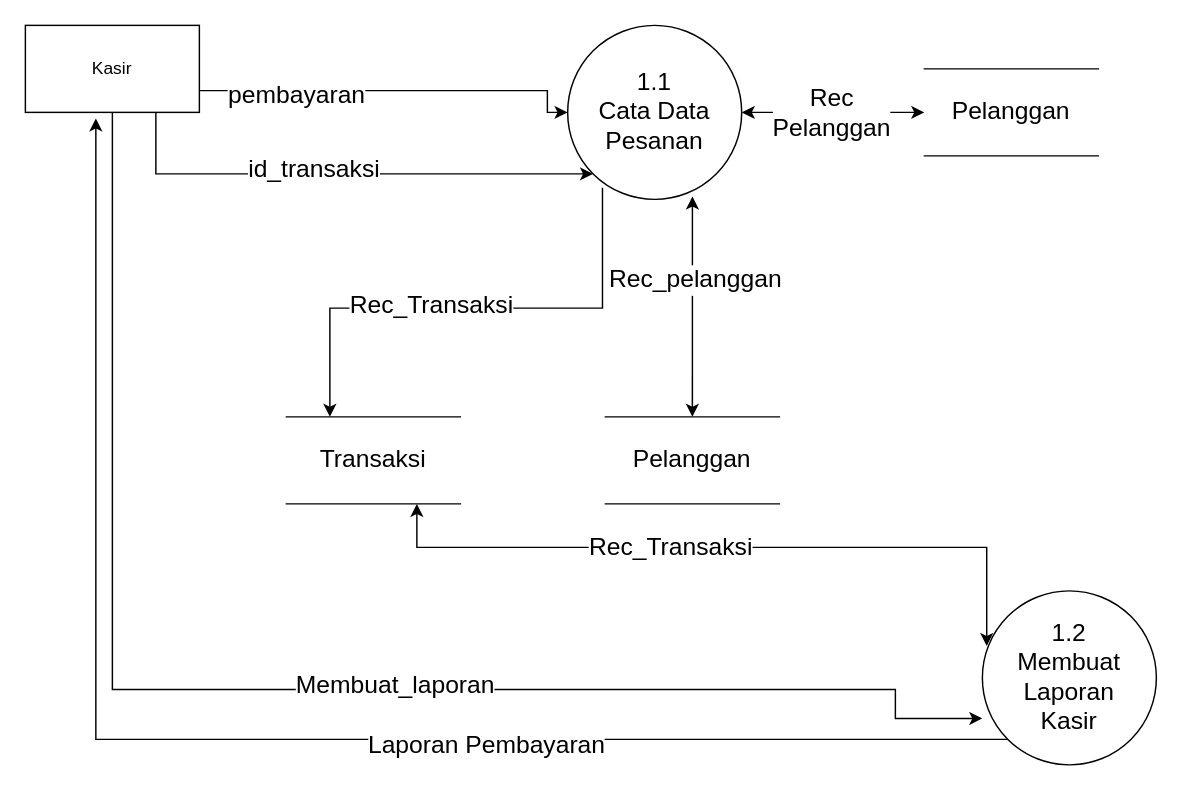
Earlier version of the draw.io diagram page "Halaman-3" (3 of 5) of Diagram Tanpa Judul.drawio (OkyErsan24/pesan_bioskop). Source tidied: cells renumbered, new cells numbered last; positions are measured from the earlier drawing's top-left corner, leaving out a move shared by most shapes. Both pictures are drawn from the tidied source at 145%, with x=0, y=0 at pixel (25, 25).
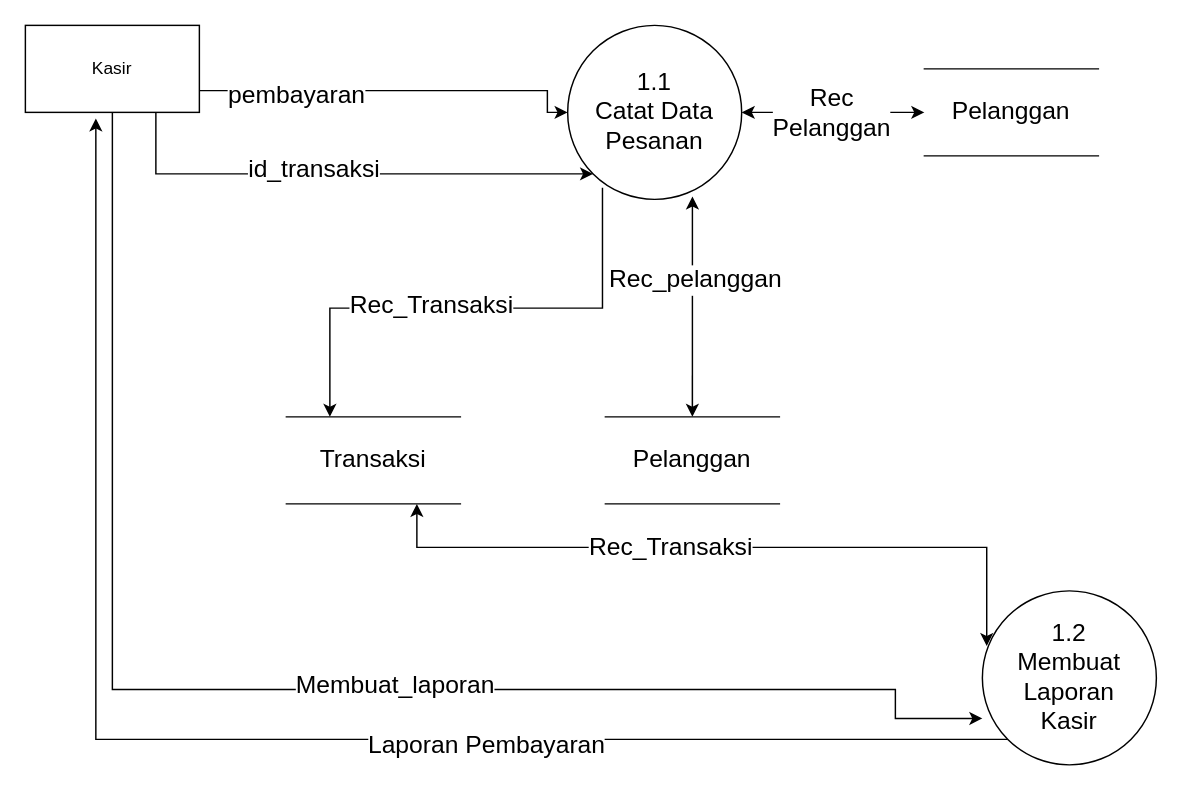
The same diagram, later.

Diff of the diagram source:
```diff
@@
-    <mxCell id="11" value="1.1&lt;br&gt;Cata Data Pesanan" style="ellipse;whiteSpace=wrap;html=1;fontSize=17;" parent="1" vertex="1">
+    <mxCell id="11" value="1.1&lt;br&gt;Catat Data Pesanan" style="ellipse;whiteSpace=wrap;html=1;fontSize=17;" parent="1" vertex="1">
       <mxGeometry x="374" width="120" height="120" as="geometry" />
     </mxCell>
```
